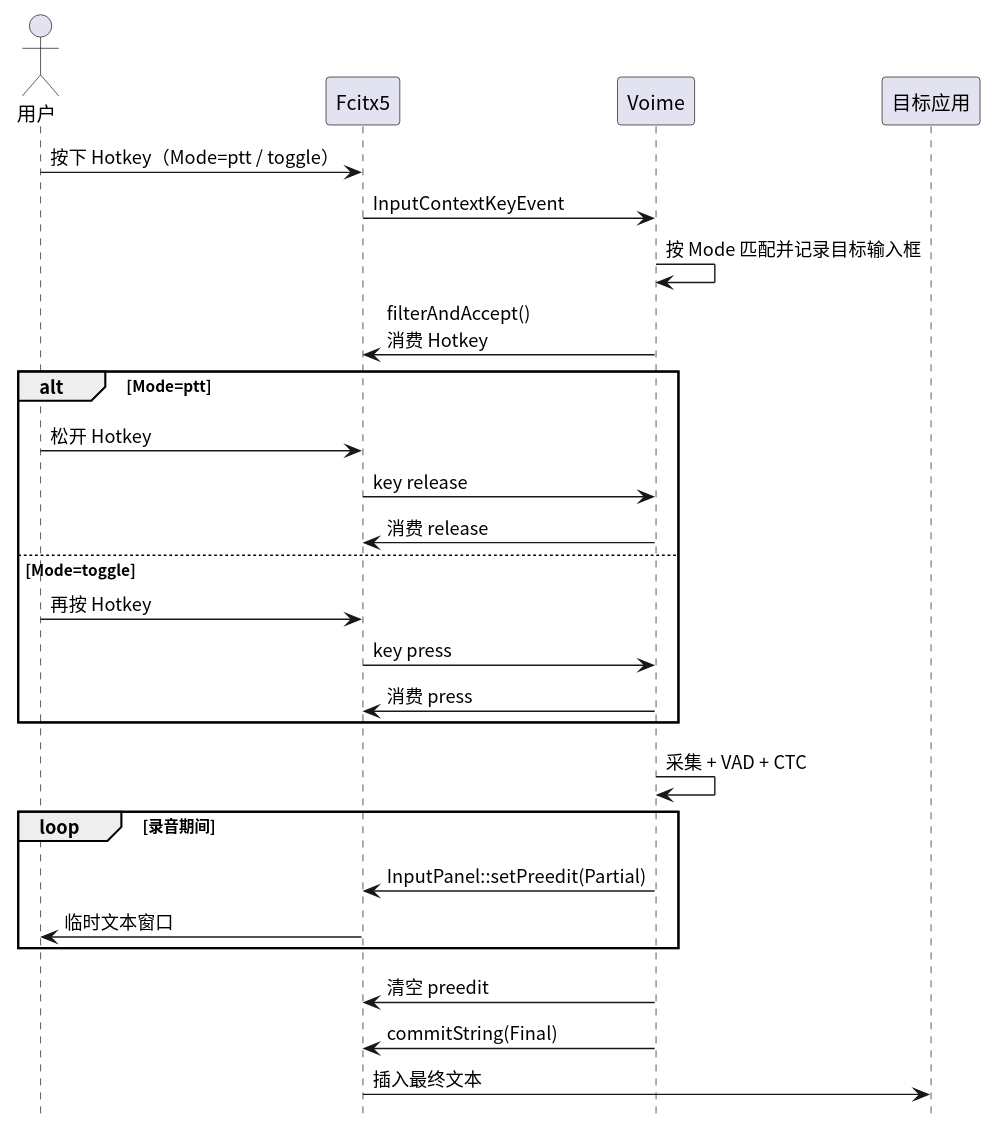
The PlantUML diagram diagram/seq-ptt.svg in 54m43lJ/voime, before a commit.
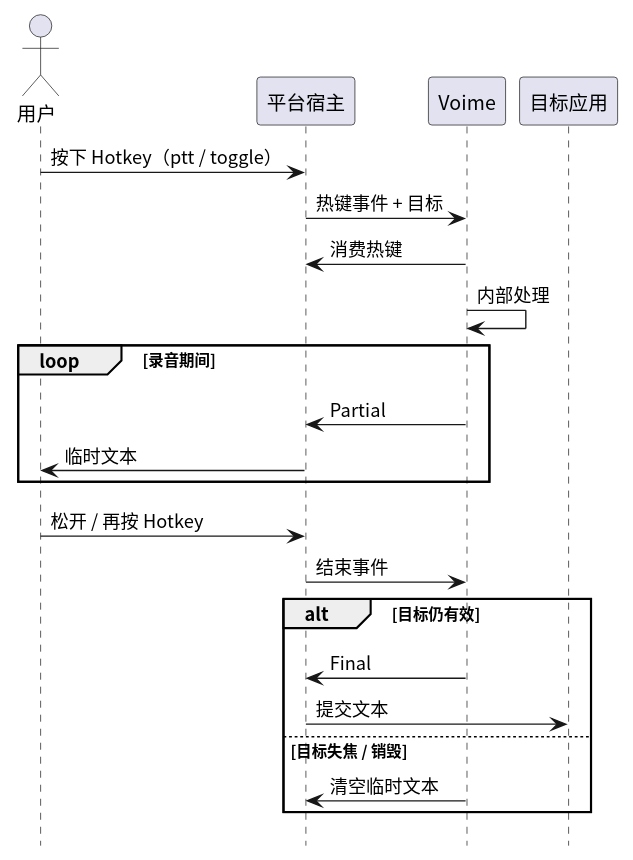
Later version of the same file.

The edit, as a diff of the source:
```diff
@@ -4,32 +4,27 @@
 hide footbox
 
 actor "用户" as User
-participant "Fcitx5" as Fcitx
+participant "平台宿主" as Host
 participant "Voime" as Voime
 participant "目标应用" as App
 
-User -> Fcitx : 按下 Hotkey（Mode=ptt / toggle）
-Fcitx -> Voime : InputContextKeyEvent
-Voime -> Voime : 按 Mode 匹配并记录目标输入框
-Voime -> Fcitx : filterAndAccept()\n消费 Hotkey
+User -> Host : 按下 Hotkey（ptt / toggle）
+Host -> Voime : 热键事件 + 目标
+Voime -> Host : 消费热键
+Voime -> Voime : 内部处理
 
-alt Mode=ptt
-  User -> Fcitx : 松开 Hotkey
-  Fcitx -> Voime : key release
-  Voime -> Fcitx : 消费 release
-else Mode=toggle
-  User -> Fcitx : 再按 Hotkey
-  Fcitx -> Voime : key press
-  Voime -> Fcitx : 消费 press
+loop 录音期间
+  Voime -> Host : Partial
+  Host -> User : 临时文本
 end
 
-Voime -> Voime : 采集 + VAD + CTC
-loop 录音期间
-  Voime -> Fcitx : InputPanel::setPreedit(Partial)
-  Fcitx -> User : 临时文本窗口
+User -> Host : 松开 / 再按 Hotkey
+Host -> Voime : 结束事件
+
+alt 目标仍有效
+  Voime -> Host : Final
+  Host -> App : 提交文本
+else 目标失焦 / 销毁
+  Voime -> Host : 清空临时文本
 end
-
-Voime -> Fcitx : 清空 preedit
-Voime -> Fcitx : commitString(Final)
-Fcitx -> App : 插入最终文本
 @enduml
```
